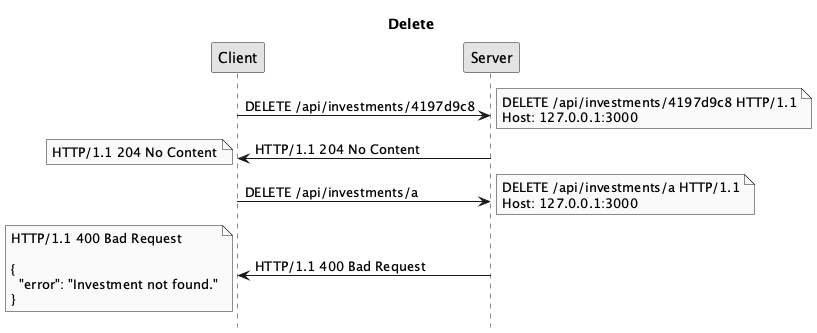
Above: public/imgs/expressjs/api/delete-investment.png in ifpb/lp2 (PlantUML), before the change. Its diagram source:
```plantuml
@startuml
title Delete
hide footbox
skinparam monochrome true

Client -> Server: DELETE /api/investments/4197d9c8
note right: DELETE /api/investments/4197d9c8 HTTP/1.1\nHost: 127.0.0.1:3000
Server -> Client: HTTP/1.1 204 No Content
note left: HTTP/1.1 204 No Content

Client -> Server: DELETE /api/investments/a
note right: DELETE /api/investments/a HTTP/1.1\nHost: 127.0.0.1:3000
Server -> Client: HTTP/1.1 400 Bad Request
note left: HTTP/1.1 400 Bad Request\n\n{\n  "error": "Investment not found."\n}
@enduml
```
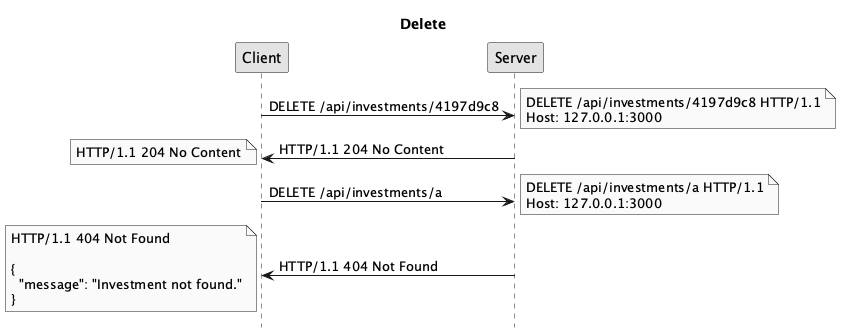
Above is the later version.

Diff of the diagram source:
```diff
@@ -10,6 +10,6 @@
 
 Client -> Server: DELETE /api/investments/a
 note right: DELETE /api/investments/a HTTP/1.1\nHost: 127.0.0.1:3000
-Server -> Client: HTTP/1.1 400 Bad Request
-note left: HTTP/1.1 400 Bad Request\n\n{\n  "error": "Investment not found."\n}
+Server -> Client: HTTP/1.1 404 Not Found
+note left: HTTP/1.1 404 Not Found\n\n{\n  "message": "Investment not found."\n}
 @enduml
```
